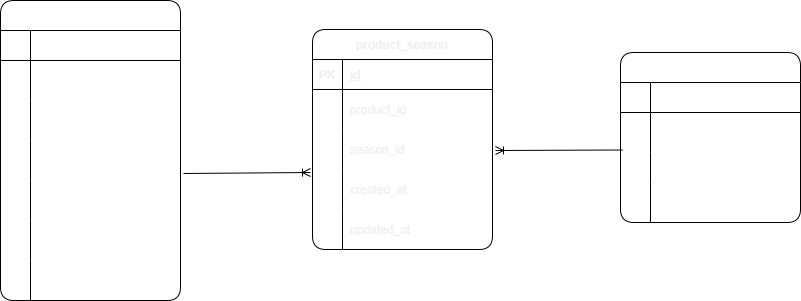
Earlier version of the draw.io export src/.drawio.png (tominaga-rikiya/mogitate). Source tidied: cells renumbered, new cells last; positions are measured from the earlier drawing's top-left corner, leaving out a move shared by most shapes.
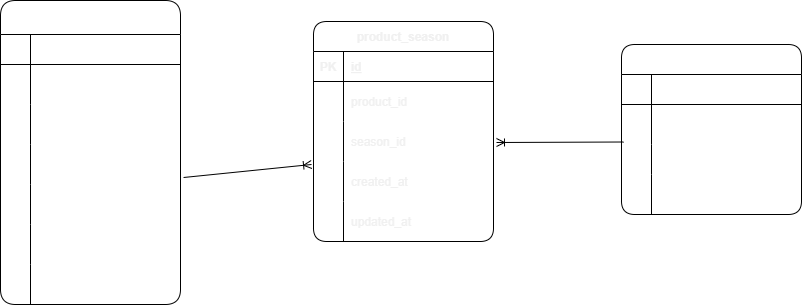
After the commit.

Change to the diagram source:
```diff
@@ -2,7 +2,7 @@
   <root>
     <mxCell id="0" />
     <mxCell id="1" parent="0" />
-    <mxCell id="2" value="seasons" style="shape=table;startSize=30;rowLines=0;fontStyle=1;align=center;rounded=1;fontColor=#FFFFFF;" parent="1" vertex="1">
+    <mxCell id="2" value="seasons" style="shape=table;startSize=30;rowLines=0;fontStyle=1;align=center;rounded=1;fontColor=#FFFFFF;labelBackgroundColor=default;" parent="1" vertex="1">
       <mxGeometry x="620" y="52" width="180" height="170" as="geometry" />
     </mxCell>
     <mxCell id="3" style="shape=tableRow;horizontal=0;startSize=0;swimlaneHead=0;swimlaneBody=0;fillColor=none;top=0;left=0;right=0;bottom=1;rounded=1;fontColor=#FFFFFF;" parent="2" vertex="1">
@@ -41,11 +41,11 @@
     <mxCell id="14" value="updated_at" style="shape=partialRectangle;fillColor=none;top=0;left=0;bottom=0;right=0;align=left;spacingLeft=6;overflow=hidden;rounded=1;fontColor=#FFFFFF;" parent="12" vertex="1">
       <mxGeometry x="30" width="150" height="40" as="geometry" />
     </mxCell>
-    <mxCell id="15" value="product" style="shape=table;startSize=30;rowLines=0;fontStyle=1;align=center;rounded=1;fontColor=#FFFFFF;" parent="1" vertex="1">
-      <mxGeometry width="180" height="300" as="geometry" />
+    <mxCell id="15" value="product" style="shape=table;startSize=34;rowLines=0;fontStyle=1;align=center;rounded=1;fontColor=#FFFFFF;labelBackgroundColor=default;" parent="1" vertex="1">
+      <mxGeometry x="-1" y="8" width="180" height="304" as="geometry" />
     </mxCell>
     <mxCell id="16" style="shape=tableRow;horizontal=0;startSize=0;swimlaneHead=0;swimlaneBody=0;fillColor=none;top=0;left=0;right=0;bottom=1;rounded=1;fontColor=#FFFFFF;" parent="15" vertex="1">
-      <mxGeometry y="30" width="180" height="30" as="geometry" />
+      <mxGeometry y="34" width="180" height="30" as="geometry" />
     </mxCell>
     <mxCell id="17" value="PK" style="shape=partialRectangle;fillColor=none;top=0;left=0;bottom=0;right=0;fontStyle=1;overflow=hidden;rounded=1;fontColor=#FFFFFF;" parent="16" vertex="1">
       <mxGeometry width="30" height="30" as="geometry" />
@@ -54,7 +54,7 @@
       <mxGeometry x="30" width="150" height="30" as="geometry" />
     </mxCell>
     <mxCell id="19" style="shape=tableRow;horizontal=0;startSize=0;swimlaneHead=0;swimlaneBody=0;fillColor=none;top=0;left=0;right=0;bottom=0;rounded=1;fontColor=#FFFFFF;" parent="15" vertex="1">
-      <mxGeometry y="60" width="180" height="40" as="geometry" />
+      <mxGeometry y="64" width="180" height="40" as="geometry" />
     </mxCell>
     <mxCell id="20" style="shape=partialRectangle;fillColor=none;top=0;left=0;bottom=0;right=0;overflow=hidden;rounded=1;fontColor=#FFFFFF;" parent="19" vertex="1">
       <mxGeometry width="30" height="40" as="geometry" />
@@ -63,7 +63,7 @@
       <mxGeometry x="30" width="150" height="40" as="geometry" />
     </mxCell>
     <mxCell id="22" style="shape=tableRow;horizontal=0;startSize=0;swimlaneHead=0;swimlaneBody=0;fillColor=none;top=0;left=0;right=0;bottom=0;rounded=1;fontColor=#FFFFFF;" parent="15" vertex="1">
-      <mxGeometry y="100" width="180" height="40" as="geometry" />
+      <mxGeometry y="104" width="180" height="40" as="geometry" />
     </mxCell>
     <mxCell id="23" style="shape=partialRectangle;fillColor=none;top=0;left=0;bottom=0;right=0;overflow=hidden;rounded=1;fontColor=#FFFFFF;" parent="22" vertex="1">
       <mxGeometry width="30" height="40" as="geometry" />
@@ -72,7 +72,7 @@
       <mxGeometry x="30" width="150" height="40" as="geometry" />
     </mxCell>
     <mxCell id="25" style="shape=tableRow;horizontal=0;startSize=0;swimlaneHead=0;swimlaneBody=0;fillColor=none;points=[[0,0.5],[1,0.5]];portConstraint=eastwest;top=0;left=0;right=0;bottom=0;rounded=1;fontColor=#FFFFFF;" parent="15" vertex="1">
-      <mxGeometry y="140" width="180" height="40" as="geometry" />
+      <mxGeometry y="144" width="180" height="40" as="geometry" />
     </mxCell>
     <mxCell id="26" style="shape=partialRectangle;fillColor=none;top=0;left=0;bottom=0;right=0;overflow=hidden;rounded=1;fontColor=#FFFFFF;" parent="25" vertex="1">
       <mxGeometry width="30" height="40" as="geometry" />
@@ -81,7 +81,7 @@
       <mxGeometry x="30" width="150" height="40" as="geometry" />
     </mxCell>
     <mxCell id="28" style="shape=tableRow;horizontal=0;startSize=0;swimlaneHead=0;swimlaneBody=0;fillColor=none;top=0;left=0;right=0;bottom=0;rounded=1;fontColor=#FFFFFF;" parent="15" vertex="1">
-      <mxGeometry y="180" width="180" height="40" as="geometry" />
+      <mxGeometry y="184" width="180" height="40" as="geometry" />
     </mxCell>
     <mxCell id="29" style="shape=partialRectangle;fillColor=none;top=0;left=0;bottom=0;right=0;overflow=hidden;rounded=1;fontColor=#FFFFFF;" parent="28" vertex="1">
       <mxGeometry width="30" height="40" as="geometry" />
@@ -90,7 +90,7 @@
       <mxGeometry x="30" width="150" height="40" as="geometry" />
     </mxCell>
     <mxCell id="31" style="shape=tableRow;horizontal=0;startSize=0;swimlaneHead=0;swimlaneBody=0;fillColor=none;top=0;left=0;right=0;bottom=0;rounded=1;fontColor=#FFFFFF;" parent="15" vertex="1">
-      <mxGeometry y="220" width="180" height="40" as="geometry" />
+      <mxGeometry y="224" width="180" height="40" as="geometry" />
     </mxCell>
     <mxCell id="32" style="shape=partialRectangle;fillColor=none;top=0;left=0;bottom=0;right=0;overflow=hidden;rounded=1;fontColor=#FFFFFF;" parent="31" vertex="1">
       <mxGeometry width="30" height="40" as="geometry" />
@@ -99,7 +99,7 @@
       <mxGeometry x="30" width="150" height="40" as="geometry" />
     </mxCell>
     <mxCell id="34" style="shape=tableRow;horizontal=0;startSize=0;swimlaneHead=0;swimlaneBody=0;fillColor=none;top=0;left=0;right=0;bottom=0;rounded=1;fontColor=#FFFFFF;" parent="15" vertex="1">
-      <mxGeometry y="260" width="180" height="40" as="geometry" />
+      <mxGeometry y="264" width="180" height="40" as="geometry" />
     </mxCell>
     <mxCell id="35" style="shape=partialRectangle;fillColor=none;top=0;left=0;bottom=0;right=0;overflow=hidden;rounded=1;fontColor=#FFFFFF;" parent="34" vertex="1">
       <mxGeometry width="30" height="40" as="geometry" />
@@ -107,7 +107,7 @@
     <mxCell id="36" value="updated_at" style="shape=partialRectangle;fillColor=none;top=0;left=0;bottom=0;right=0;align=left;spacingLeft=6;overflow=hidden;rounded=1;fontColor=#FFFFFF;" parent="34" vertex="1">
       <mxGeometry x="30" width="150" height="40" as="geometry" />
     </mxCell>
-    <mxCell id="37" value="product_season" style="shape=table;startSize=30;rowLines=0;fontStyle=1;align=center;rounded=1;fontColor=#F0F0F0;" parent="1" vertex="1">
+    <mxCell id="37" value="product_season" style="shape=table;startSize=30;rowLines=0;fontStyle=1;align=center;rounded=1;fontColor=#F0F0F0;labelBackgroundColor=default;" parent="1" vertex="1">
       <mxGeometry x="312" y="29" width="180" height="220" as="geometry" />
     </mxCell>
     <mxCell id="38" style="shape=tableRow;horizontal=0;startSize=0;swimlaneHead=0;swimlaneBody=0;fillColor=none;top=0;left=0;right=0;bottom=1;rounded=1;fontColor=#F0F0F0;" parent="37" vertex="1">
```
